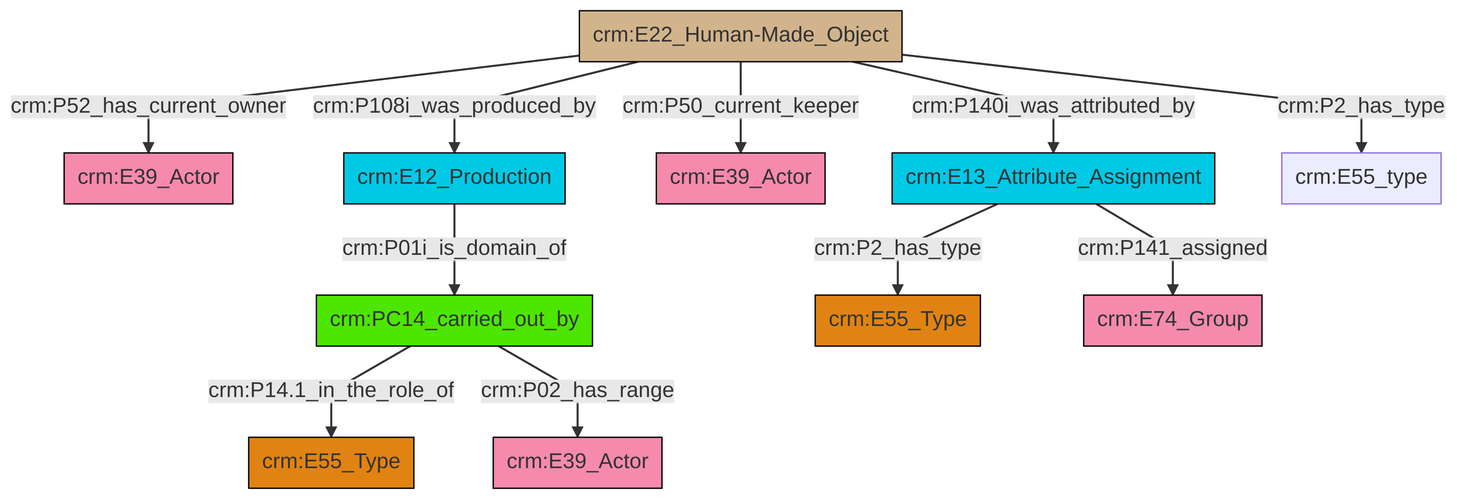
Before: et/artworkCSV/ttl/mmd/png/Artwork_Actor_Relations.png, a diagram exported from Mermaid (swiss-art-research-net/docs.swissartresearch). Its source is kept beside it as et/artworkCSV/ttl/mmd/Artwork_Actor_Relations.ttl.mmd.
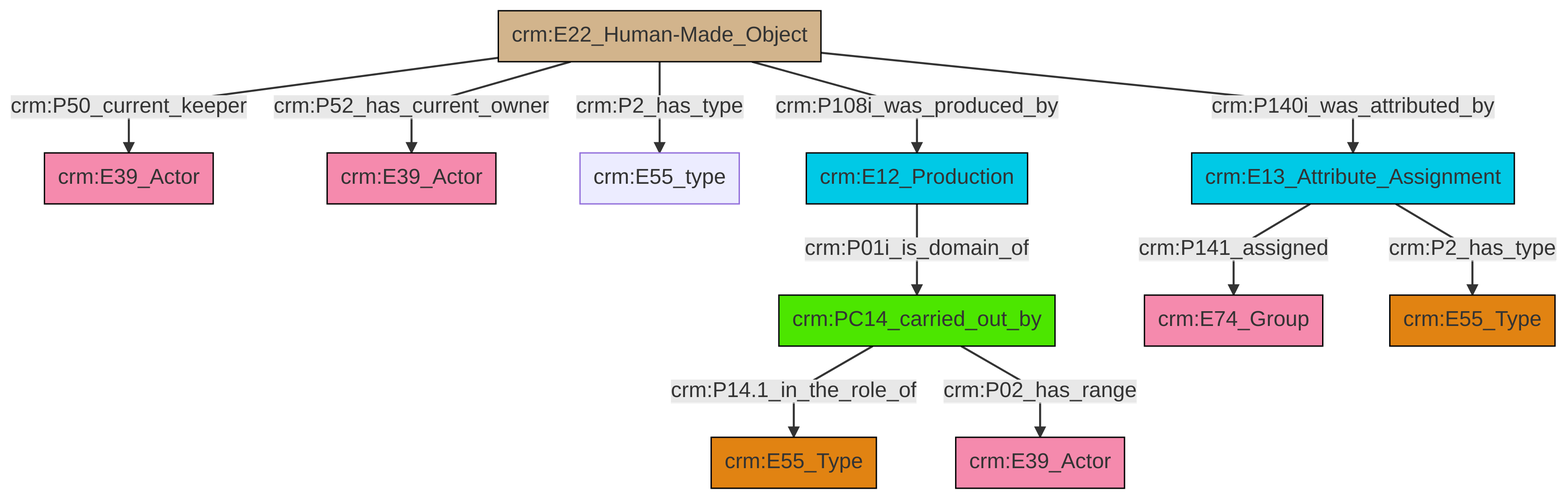
Above is the later version.

Diff of the diagram source:
```diff
@@ -13,13 +13,13 @@
 classDef PC_Classes fill:#4ce600, stroke:#000000;
 classDef Multi fill:#cccccc,stroke:#000000;
 
-2["crm:E13_Attribute_Assignment"]:::Temporal_Entity -->|crm:P2_has_type| 3["crm:E55_Type"]:::Type
-4["crm:E12_Production"]:::Temporal_Entity -->|crm:P01i_is_domain_of| 5["crm:PC14_carried_out_by"]:::PC_Classes
-2["crm:E13_Attribute_Assignment"]:::Temporal_Entity -->|crm:P141_assigned| 6["crm:E74_Group"]:::Actor
-7["crm:E22_Human-Made_Object"]:::Physical_Thing -->|crm:P52_has_current_owner| 8["crm:E39_Actor"]:::Actor
-7["crm:E22_Human-Made_Object"]:::Physical_Thing -->|crm:P108i_was_produced_by| 4["crm:E12_Production"]:::Temporal_Entity
-5["crm:PC14_carried_out_by"]:::PC_Classes -->|crm:P14.1_in_the_role_of| 9["crm:E55_Type"]:::Type
-7["crm:E22_Human-Made_Object"]:::Physical_Thing -->|crm:P50_current_keeper| 0["crm:E39_Actor"]:::Actor
-7["crm:E22_Human-Made_Object"]:::Physical_Thing -->|crm:P140i_was_attributed_by| 2["crm:E13_Attribute_Assignment"]:::Temporal_Entity
-5["crm:PC14_carried_out_by"]:::PC_Classes -->|crm:P02_has_range| 14["crm:E39_Actor"]:::Actor
-7["crm:E22_Human-Made_Object"]:::Physical_Thing -->|crm:P2_has_type| 18["crm:E55_type"]:::Default
+0["crm:E13_Attribute_Assignment"]:::Temporal_Entity -->|crm:P141_assigned| 1["crm:E74_Group"]:::Actor
+3["crm:PC14_carried_out_by"]:::PC_Classes -->|crm:P14.1_in_the_role_of| 4["crm:E55_Type"]:::Type
+5["crm:E12_Production"]:::Temporal_Entity -->|crm:P01i_is_domain_of| 3["crm:PC14_carried_out_by"]:::PC_Classes
+6["crm:E22_Human-Made_Object"]:::Physical_Thing -->|crm:P50_current_keeper| 10["crm:E39_Actor"]:::Actor
+6["crm:E22_Human-Made_Object"]:::Physical_Thing -->|crm:P52_has_current_owner| 11["crm:E39_Actor"]:::Actor
+6["crm:E22_Human-Made_Object"]:::Physical_Thing -->|crm:P2_has_type| 12["crm:E55_type"]:::Default
+6["crm:E22_Human-Made_Object"]:::Physical_Thing -->|crm:P108i_was_produced_by| 5["crm:E12_Production"]:::Temporal_Entity
+3["crm:PC14_carried_out_by"]:::PC_Classes -->|crm:P02_has_range| 18["crm:E39_Actor"]:::Actor
+6["crm:E22_Human-Made_Object"]:::Physical_Thing -->|crm:P140i_was_attributed_by| 0["crm:E13_Attribute_Assignment"]:::Temporal_Entity
+0["crm:E13_Attribute_Assignment"]:::Temporal_Entity -->|crm:P2_has_type| 8["crm:E55_Type"]:::Type
```
